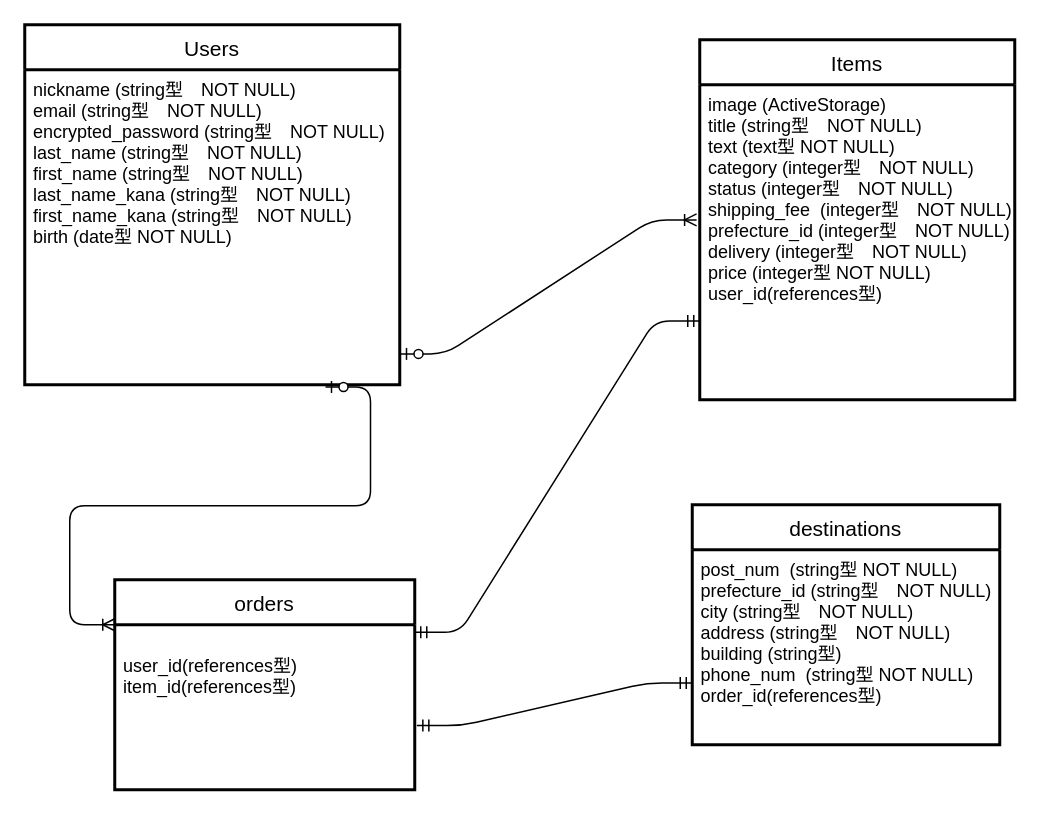
Earlier version of the draw.io diagram furima.dio (shunsaku0621/furima-35691). Source tidied: cells renumbered, new cells numbered last; positions are measured from the earlier drawing's top-left corner, leaving out a move shared by most shapes. Both pictures are drawn from the tidied source at 150%, with x=0, y=0 at pixel (24, 24).
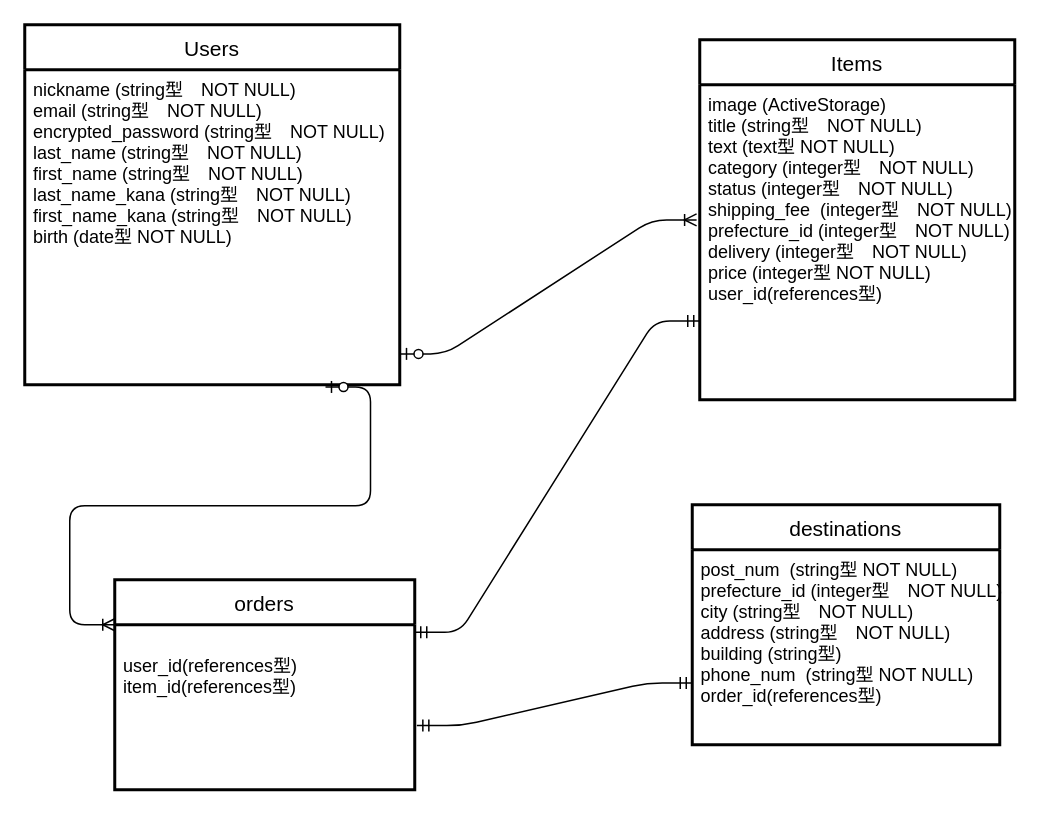
After the change.

Commit message:
ER図とREADMEの修正　完結

Diff of the diagram source:
```diff
@@
 <mxGraphModel>
   <root>
     <mxCell id="0" />
     <mxCell id="1" parent="0" />
     <mxCell id="2" value="orders" style="swimlane;horizontal=1;startSize=30;fontSize=14;fontStyle=0;strokeWidth=2;shadow=0;dashed=0;align=center;" parent="1" vertex="1">
       <mxGeometry x="60" y="370" width="200" height="140" as="geometry" />
     </mxCell>
     <mxCell id="3" value="&#10;user_id(references型)&#10;item_id(references型)" style="align=left;strokeColor=none;fillColor=none;spacingLeft=4;fontSize=12;verticalAlign=top;" parent="2" vertex="1">
       <mxGeometry y="30" width="200" height="110" as="geometry" />
     </mxCell>
     <mxCell id="4" value="Items" style="swimlane;horizontal=1;startSize=30;fontSize=14;fontStyle=0;strokeWidth=2;shadow=0;dashed=0;align=center;" parent="1" vertex="1">
       <mxGeometry x="450" y="10" width="210" height="240" as="geometry" />
     </mxCell>
     <mxCell id="5" value="image (ActiveStorage)&#10;title (string型　NOT NULL)&#10;text (text型 NOT NULL)&#10;category (integer型　NOT NULL)&#10;status (integer型　NOT NULL)&#10;shipping_fee  (integer型　NOT NULL)&#10;prefecture_id (integer型　NOT NULL)&#10;delivery (integer型　NOT NULL)&#10;price (integer型 NOT NULL)&#10;user_id(references型)" style="align=left;strokeColor=none;fillColor=none;spacingLeft=4;fontSize=12;verticalAlign=top;" parent="4" vertex="1">
       <mxGeometry y="30" width="210" height="210" as="geometry" />
     </mxCell>
     <mxCell id="6" value="destinations" style="swimlane;horizontal=1;startSize=30;fontSize=14;fontStyle=0;strokeWidth=2;shadow=0;dashed=0;align=center;" parent="1" vertex="1">
       <mxGeometry x="445" y="320" width="205" height="160" as="geometry" />
     </mxCell>
-    <mxCell id="7" value="post_num  (string型 NOT NULL)&#10;prefecture_id (string型　NOT NULL)&#10;city (string型　NOT NULL)&#10;address (string型　NOT NULL)&#10;building (string型)&#10;phone_num  (string型 NOT NULL)&#10;order_id(references型)&#10;" style="align=left;strokeColor=none;fillColor=none;spacingLeft=4;fontSize=12;verticalAlign=top;" parent="6" vertex="1">
+    <mxCell id="7" value="post_num  (string型 NOT NULL)&#10;prefecture_id (integer型　NOT NULL)&#10;city (string型　NOT NULL)&#10;address (string型　NOT NULL)&#10;building (string型)&#10;phone_num  (string型 NOT NULL)&#10;order_id(references型)&#10;" style="align=left;strokeColor=none;fillColor=none;spacingLeft=4;fontSize=12;verticalAlign=top;" parent="6" vertex="1">
       <mxGeometry y="30" width="205" height="130" as="geometry" />
     </mxCell>
     <mxCell id="8" style="edgeStyle=entityRelationEdgeStyle;fontSize=13;html=1;endArrow=ERoneToMany;startArrow=ERzeroToOne;exitX=1.002;exitY=0.902;exitDx=0;exitDy=0;exitPerimeter=0;entryX=-0.01;entryY=0.429;entryDx=0;entryDy=0;entryPerimeter=0;" parent="1" edge="1" source="10" target="5">
       <mxGeometry relative="1" as="geometry" />
     </mxCell>
     <mxCell id="9" value="Users" style="swimlane;horizontal=1;startSize=30;fontSize=14;fontStyle=0;strokeWidth=2;shadow=0;dashed=0;align=center;" parent="1" vertex="1">
       <mxGeometry width="250" height="240" as="geometry" />
     </mxCell>
     <mxCell id="10" value="nickname (string型　NOT NULL)&#10;email (string型　NOT NULL)&#10;encrypted_password (string型　NOT NULL)&#10;last_name (string型　NOT NULL)&#10;first_name (string型　NOT NULL)&#10;last_name_kana (string型　NOT NULL)&#10;first_name_kana (string型　NOT NULL)&#10;birth (date型 NOT NULL)" style="align=left;strokeColor=none;fillColor=none;spacingLeft=4;fontSize=12;verticalAlign=top;" parent="9" vertex="1">
       <mxGeometry y="30" width="250" height="210" as="geometry" />
     </mxCell>
     <mxCell id="11" style="edgeStyle=entityRelationEdgeStyle;fontSize=12;html=1;endArrow=ERoneToMany;startArrow=ERzeroToOne;exitX=0.802;exitY=1.007;exitDx=0;exitDy=0;exitPerimeter=0;" parent="1" edge="1" source="10">
       <mxGeometry relative="1" as="geometry">
         <mxPoint x="60" y="400" as="targetPoint" />
       </mxGeometry>
     </mxCell>
     <mxCell id="12" style="edgeStyle=entityRelationEdgeStyle;fontSize=12;html=1;endArrow=ERmandOne;startArrow=ERmandOne;exitX=1.007;exitY=0.611;exitDx=0;exitDy=0;exitPerimeter=0;entryX=0;entryY=0.683;entryDx=0;entryDy=0;entryPerimeter=0;" parent="1" edge="1" source="3" target="7">
       <mxGeometry relative="1" as="geometry" />
     </mxCell>
     <mxCell id="13" style="edgeStyle=entityRelationEdgeStyle;fontSize=12;html=1;endArrow=ERmandOne;startArrow=ERmandOne;exitX=1;exitY=0.25;exitDx=0;exitDy=0;entryX=0;entryY=0.75;entryDx=0;entryDy=0;" parent="1" edge="1" source="2" target="5">
       <mxGeometry relative="1" as="geometry" />
     </mxCell>
   </root>
 </mxGraphModel>
```
